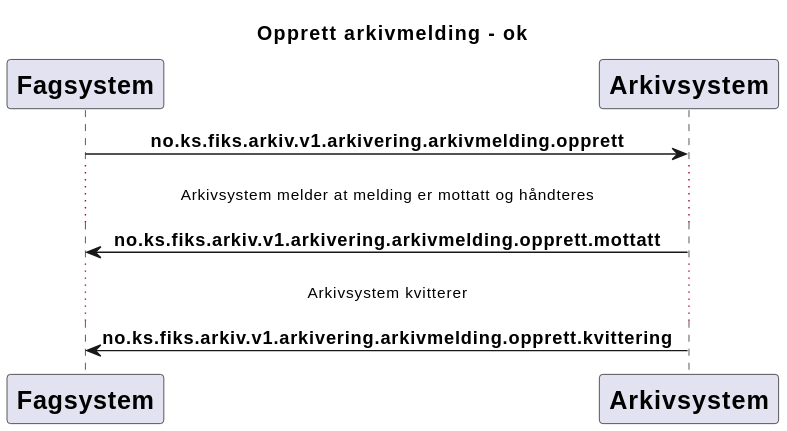
Before: Dokumentasjon/V1/Meldinger/no.ks.fiks.arkiv.v1.arkivering.arkivmelding.opprett/arkivmelding-opprett-ok.svg, a diagram exported from PlantUML (ks-no/fiks-arkiv-specification).
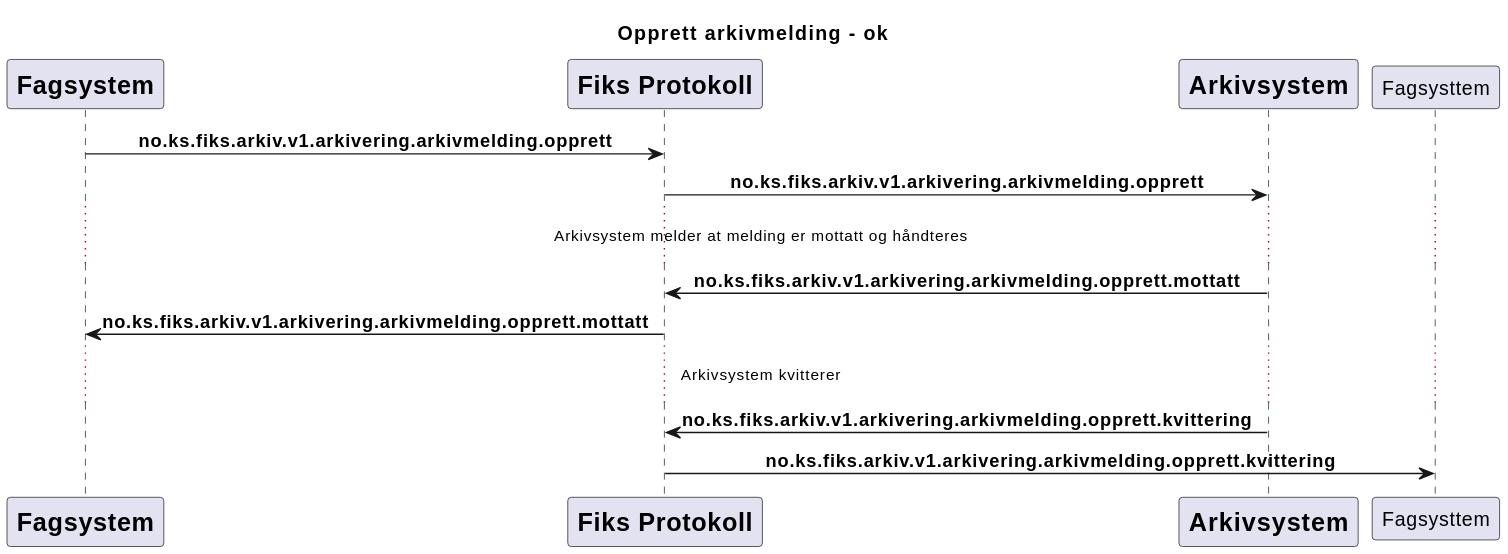
Later version of the same file.

Diff of the diagram source:
```diff
@@ -6,13 +6,19 @@
 participant Fagsystem [
     = Fagsystem
 ]
+participant FiksProtokoll [
+    = Fiks Protokoll
+]
 participant Arkivsystem [
     = Arkivsystem
 ]
 
-Fagsystem -> Arkivsystem : **no.ks.fiks.arkiv.v1.arkivering.arkivmelding.opprett**
+Fagsystem -> FiksProtokoll : **no.ks.fiks.arkiv.v1.arkivering.arkivmelding.opprett**
+FiksProtokoll -> Arkivsystem : **no.ks.fiks.arkiv.v1.arkivering.arkivmelding.opprett**
 ...Arkivsystem melder at melding er mottatt og håndteres...
-Arkivsystem -> Fagsystem : **no.ks.fiks.arkiv.v1.arkivering.arkivmelding.opprett.mottatt**
+Arkivsystem -> FiksProtokoll : **no.ks.fiks.arkiv.v1.arkivering.arkivmelding.opprett.mottatt**
+FiksProtokoll -> Fagsystem : **no.ks.fiks.arkiv.v1.arkivering.arkivmelding.opprett.mottatt**
 ...Arkivsystem kvitterer...
-Arkivsystem -> Fagsystem : **no.ks.fiks.arkiv.v1.arkivering.arkivmelding.opprett.kvittering**
+Arkivsystem -> FiksProtokoll : **no.ks.fiks.arkiv.v1.arkivering.arkivmelding.opprett.kvittering**
+FiksProtokoll -> Fagsysttem : **no.ks.fiks.arkiv.v1.arkivering.arkivmelding.opprett.kvittering**
 @enduml
```
